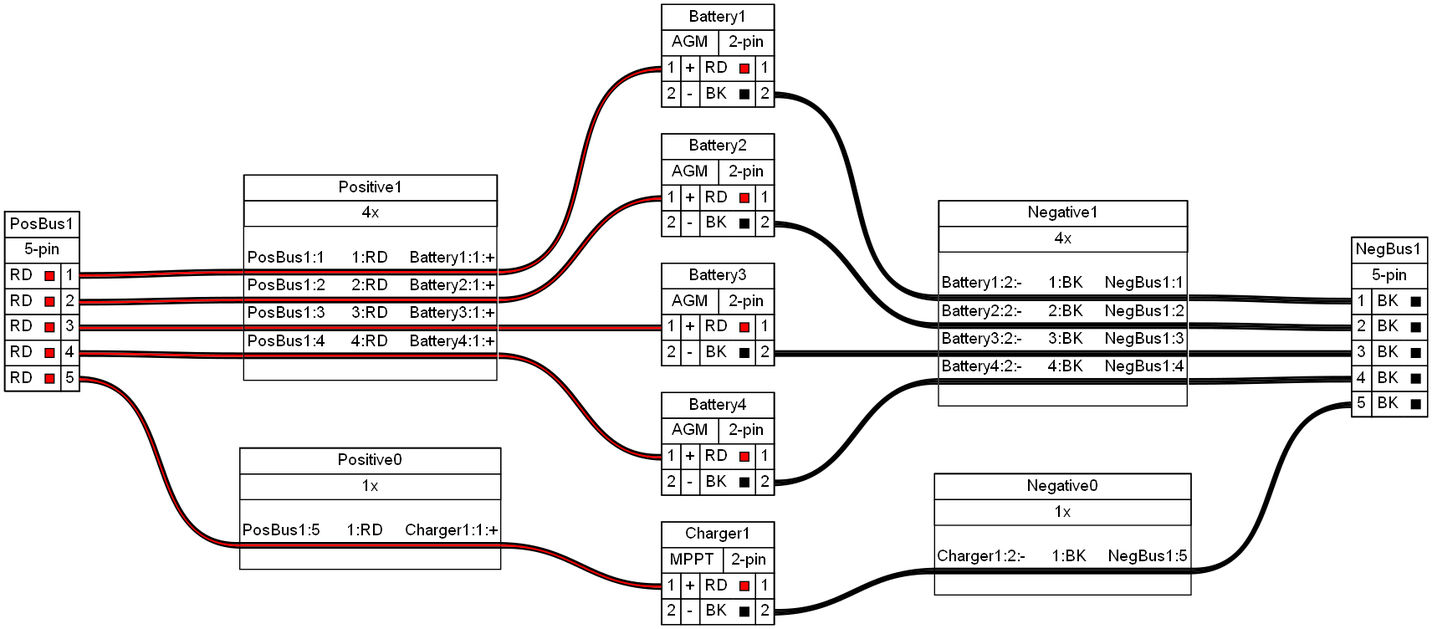
The Graphviz diagram battery/battery-bank.png in bareboat-necessities/wireviz-4-boats, before a commit. Its source is kept beside it as battery/battery-bank.gv.
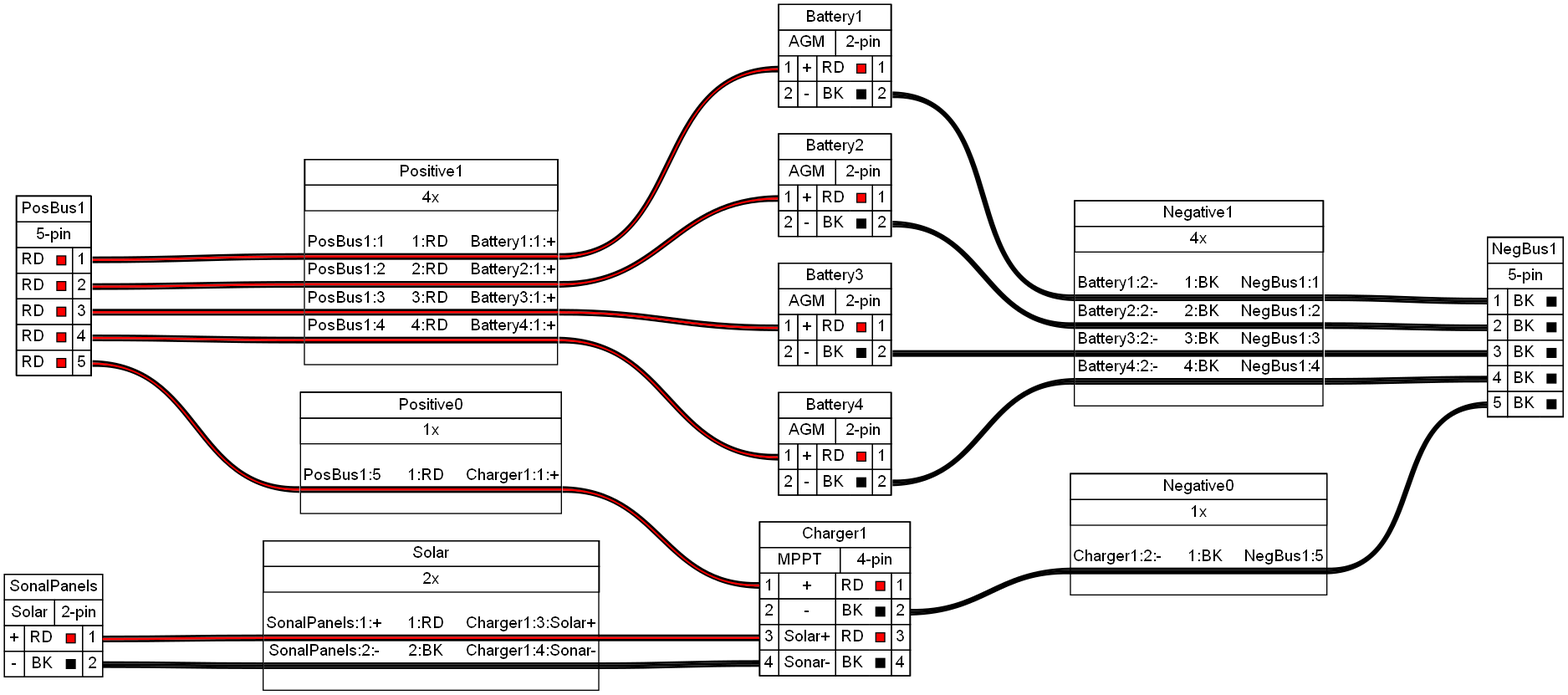
After the commit.

What changed in the source:
```diff
@@ -302,7 +302,7 @@
  <tr><td>
   <table border="0" cellspacing="0" cellpadding="3" cellborder="1"><tr>
    <td balign="left">MPPT</td>
-   <td balign="left">2-pin</td>
+   <td balign="left">4-pin</td>
   </tr></table>
  </td></tr>
  <tr><td>
@@ -320,6 +320,67 @@
    </tr>
    <tr>
     <td port="p2l">2</td>
+    <td>-</td>
+    <td sides="tbl">BK</td>
+    <td sides="tbr">
+     <table border="0" cellborder="1"><tr>
+      <td bgcolor="#000000" width="8" height="8" fixedsize="true"></td>
+     </tr></table>
+    </td>
+    <td port="p2r">2</td>
+   </tr>
+   <tr>
+    <td port="p3l">3</td>
+    <td>Solar+</td>
+    <td sides="tbl">RD</td>
+    <td sides="tbr">
+     <table border="0" cellborder="1"><tr>
+      <td bgcolor="#FF0000" width="8" height="8" fixedsize="true"></td>
+     </tr></table>
+    </td>
+    <td port="p3r">3</td>
+   </tr>
+   <tr>
+    <td port="p4l">4</td>
+    <td>Sonar-</td>
+    <td sides="tbl">BK</td>
+    <td sides="tbr">
+     <table border="0" cellborder="1"><tr>
+      <td bgcolor="#000000" width="8" height="8" fixedsize="true"></td>
+     </tr></table>
+    </td>
+    <td port="p4r">4</td>
+   </tr>
+  </table>
+ </td></tr>
+</table>
+> fillcolor="#FFFFFF" shape=box style=filled]
+	SonalPanels [label=<
+<table border="0" cellspacing="0" cellpadding="0">
+ <tr><td>
+  <table border="0" cellspacing="0" cellpadding="3" cellborder="1"><tr>
+   <td balign="left">SonalPanels</td>
+  </tr></table>
+ </td></tr>
+ <tr><td>
+  <table border="0" cellspacing="0" cellpadding="3" cellborder="1"><tr>
+   <td balign="left">Solar</td>
+   <td balign="left">2-pin</td>
+  </tr></table>
+ </td></tr>
+ <tr><td>
+  <table border="0" cellspacing="0" cellpadding="3" cellborder="1">
+   <tr>
+    <td>+</td>
+    <td sides="tbl">RD</td>
+    <td sides="tbr">
+     <table border="0" cellborder="1"><tr>
+      <td bgcolor="#FF0000" width="8" height="8" fixedsize="true"></td>
+     </tr></table>
+    </td>
+    <td port="p1r">1</td>
+   </tr>
+   <tr>
     <td>-</td>
     <td sides="tbl">BK</td>
     <td sides="tbr">
@@ -603,4 +664,62 @@
  </td></tr>
 </table>
 > fillcolor="#FFFFFF" shape=box style=filled]
+	edge [color="#000000:#ff0000:#000000"]
+	SonalPanels:p1r:e -- Solar:w1:w
+	Solar:w1:e -- Charger1:p3l:w
+	edge [color="#000000:#000000:#000000"]
+	SonalPanels:p2r:e -- Solar:w2:w
+	Solar:w2:e -- Charger1:p4l:w
+	Solar [label=<
+<table border="0" cellspacing="0" cellpadding="0">
+ <tr><td>
+  <table border="0" cellspacing="0" cellpadding="3" cellborder="1"><tr>
+   <td balign="left">Solar</td>
+  </tr></table>
+ </td></tr>
+ <tr><td>
+  <table border="0" cellspacing="0" cellpadding="3" cellborder="1"><tr>
+   <td balign="left">2x</td>
+  </tr></table>
+ </td></tr>
+ <tr><td>
+  <table border="0" cellspacing="0" cellborder="0">
+   <tr><td>&nbsp;</td></tr>
+   <tr>
+    <td>SonalPanels:1:+</td>
+    <td>
+     1:RD
+    </td>
+    <td>Charger1:3:Solar+</td>
+   </tr>
+   <tr>
+    <td colspan="3" border="0" cellspacing="0" cellpadding="0" port="w1" height="6">
+     <table cellspacing="0" cellborder="0" border="0">
+      <tr><td colspan="3" cellpadding="0" height="2" bgcolor="#000000" border="0"></td></tr>
+      <tr><td colspan="3" cellpadding="0" height="2" bgcolor="#ff0000" border="0"></td></tr>
+      <tr><td colspan="3" cellpadding="0" height="2" bgcolor="#000000" border="0"></td></tr>
+     </table>
+    </td>
+   </tr>
+   <tr>
+    <td>SonalPanels:2:-</td>
+    <td>
+     2:BK
+    </td>
+    <td>Charger1:4:Sonar-</td>
+   </tr>
+   <tr>
+    <td colspan="3" border="0" cellspacing="0" cellpadding="0" port="w2" height="6">
+     <table cellspacing="0" cellborder="0" border="0">
+      <tr><td colspan="3" cellpadding="0" height="2" bgcolor="#000000" border="0"></td></tr>
+      <tr><td colspan="3" cellpadding="0" height="2" bgcolor="#000000" border="0"></td></tr>
+      <tr><td colspan="3" cellpadding="0" height="2" bgcolor="#000000" border="0"></td></tr>
+     </table>
+    </td>
+   </tr>
+   <tr><td>&nbsp;</td></tr>
+  </table>
+ </td></tr>
+</table>
+> fillcolor="#FFFFFF" shape=box style=filled]
 }
```
